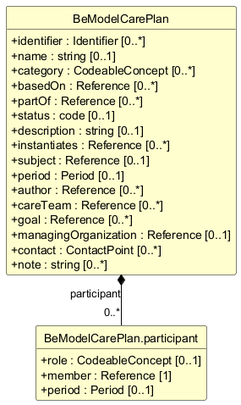
The PlantUML diagram exports/diagrams/BeModelCarePlan-uml.png in caresets/caresets-src, before a commit. Its diagram source:
```plantuml
@startuml
skinparam shadowing false
skinparam classAttributeIconSize 0
skinparam linetype ortho
skinparam class {
  BackgroundColor #FEFECE
  BorderColor #000000
  ArrowColor #000000
  FontStyle bold
  AttributeFontStyle normal
}
hide circle
hide empty members

class "BeModelCarePlan" as BeModelCarePlan {
  +identifier : Identifier [0..*]
  +name : string [0..1]
  +category : CodeableConcept [0..*]
  +basedOn : Reference [0..*]
  +partOf : Reference [0..*]
  +status : code [0..1]
  +description : string [0..1]
  +instantiates : Reference [0..*]
  +subject : Reference [0..1]
  +period : Period [0..1]
  +author : Reference [0..*]
  +careTeam : Reference [0..*]
  +goal : Reference [0..*]
  +managingOrganization : Reference [0..1]
  +contact : ContactPoint [0..*]
  +note : string [0..*]
}

class "BeModelCarePlan.participant" as BeModelCarePlan_participant {
  +role : CodeableConcept [0..1]
  +member : Reference [1]
  +period : Period [0..1]
}

BeModelCarePlan *-- "0..*" BeModelCarePlan_participant : participant
@enduml
```
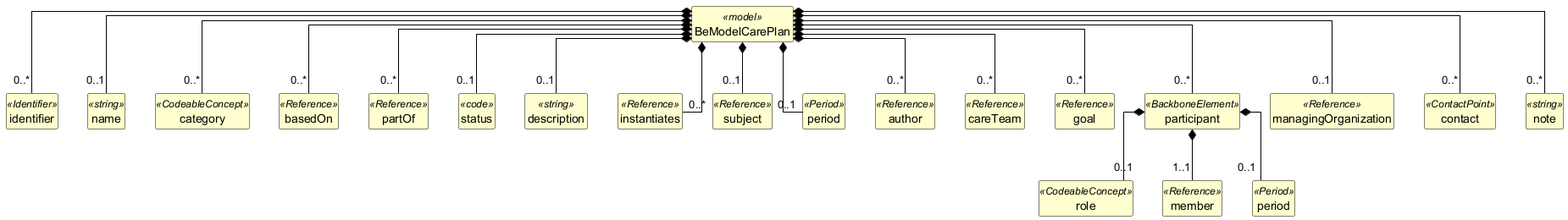
The same file after the commit.

Diff of the diagram source:
```diff
@@ -12,30 +12,87 @@
 hide circle
 hide empty members
 
-class "BeModelCarePlan" as BeModelCarePlan {
-  +identifier : Identifier [0..*]
-  +name : string [0..1]
-  +category : CodeableConcept [0..*]
-  +basedOn : Reference [0..*]
-  +partOf : Reference [0..*]
-  +status : code [0..1]
-  +description : string [0..1]
-  +instantiates : Reference [0..*]
-  +subject : Reference [0..1]
-  +period : Period [0..1]
-  +author : Reference [0..*]
-  +careTeam : Reference [0..*]
-  +goal : Reference [0..*]
-  +managingOrganization : Reference [0..1]
-  +contact : ContactPoint [0..*]
-  +note : string [0..*]
+class "BeModelCarePlan" as BeModelCarePlan <<model>> {
 }
 
-class "BeModelCarePlan.participant" as BeModelCarePlan_participant {
-  +role : CodeableConcept [0..1]
-  +member : Reference [1]
-  +period : Period [0..1]
+class "identifier" as BeModelCarePlan_identifier <<Identifier>> {
 }
 
-BeModelCarePlan *-- "0..*" BeModelCarePlan_participant : participant
+class "name" as BeModelCarePlan_name <<string>> {
+}
+
+class "category" as BeModelCarePlan_category <<CodeableConcept>> {
+}
+
+class "basedOn" as BeModelCarePlan_basedOn <<Reference>> {
+}
+
+class "partOf" as BeModelCarePlan_partOf <<Reference>> {
+}
+
+class "status" as BeModelCarePlan_status <<code>> {
+}
+
+class "description" as BeModelCarePlan_description <<string>> {
+}
+
+class "instantiates" as BeModelCarePlan_instantiates <<Reference>> {
+}
+
+class "subject" as BeModelCarePlan_subject <<Reference>> {
+}
+
+class "period" as BeModelCarePlan_period <<Period>> {
+}
+
+class "author" as BeModelCarePlan_author <<Reference>> {
+}
+
+class "careTeam" as BeModelCarePlan_careTeam <<Reference>> {
+}
+
+class "goal" as BeModelCarePlan_goal <<Reference>> {
+}
+
+class "participant" as BeModelCarePlan_participant <<BackboneElement>> {
+}
+
+class "role" as BeModelCarePlan_participant_role <<CodeableConcept>> {
+}
+
+class "member" as BeModelCarePlan_participant_member <<Reference>> {
+}
+
+class "period" as BeModelCarePlan_participant_period <<Period>> {
+}
+
+class "managingOrganization" as BeModelCarePlan_managingOrganization <<Reference>> {
+}
+
+class "contact" as BeModelCarePlan_contact <<ContactPoint>> {
+}
+
+class "note" as BeModelCarePlan_note <<string>> {
+}
+
+BeModelCarePlan *-- "0..*" BeModelCarePlan_identifier
+BeModelCarePlan *-- "0..1" BeModelCarePlan_name
+BeModelCarePlan *-- "0..*" BeModelCarePlan_category
+BeModelCarePlan *-- "0..*" BeModelCarePlan_basedOn
+BeModelCarePlan *-- "0..*" BeModelCarePlan_partOf
+BeModelCarePlan *-- "0..1" BeModelCarePlan_status
+BeModelCarePlan *-- "0..1" BeModelCarePlan_description
+BeModelCarePlan *-- "0..*" BeModelCarePlan_instantiates
+BeModelCarePlan *-- "0..1" BeModelCarePlan_subject
+BeModelCarePlan *-- "0..1" BeModelCarePlan_period
+BeModelCarePlan *-- "0..*" BeModelCarePlan_author
+BeModelCarePlan *-- "0..*" BeModelCarePlan_careTeam
+BeModelCarePlan *-- "0..*" BeModelCarePlan_goal
+BeModelCarePlan *-- "0..*" BeModelCarePlan_participant
+BeModelCarePlan_participant *-- "0..1" BeModelCarePlan_participant_role
+BeModelCarePlan_participant *-- "1..1" BeModelCarePlan_participant_member
+BeModelCarePlan_participant *-- "0..1" BeModelCarePlan_participant_period
+BeModelCarePlan *-- "0..1" BeModelCarePlan_managingOrganization
+BeModelCarePlan *-- "0..*" BeModelCarePlan_contact
+BeModelCarePlan *-- "0..*" BeModelCarePlan_note
 @enduml
```
